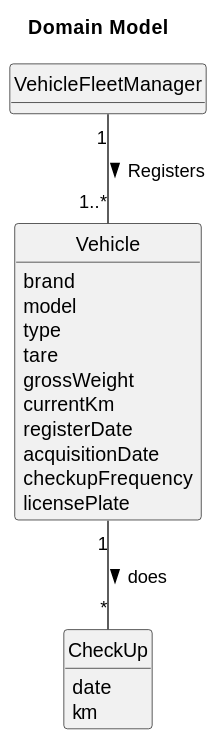
This is docs/sprint2/us08/02.analysis/svg/us08-domain-model.svg from Departamento-de-Engenharia-Informatica/lei-24-s2-1db-g022, a PlantUML export, as it was before one commit.
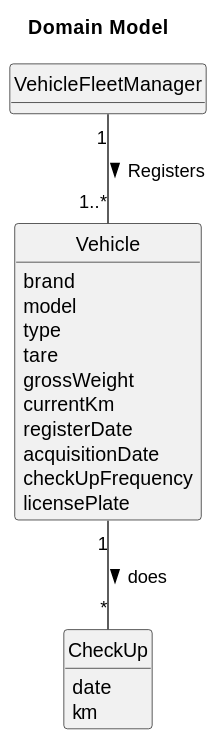
Later version of the same file.

The edit, as a diff of the source:
```diff
@@ -26,7 +26,7 @@
     currentKm
     registerDate
     acquisitionDate
-    checkupFrequency
+    checkUpFrequency
     licensePlate
 }
 
```
